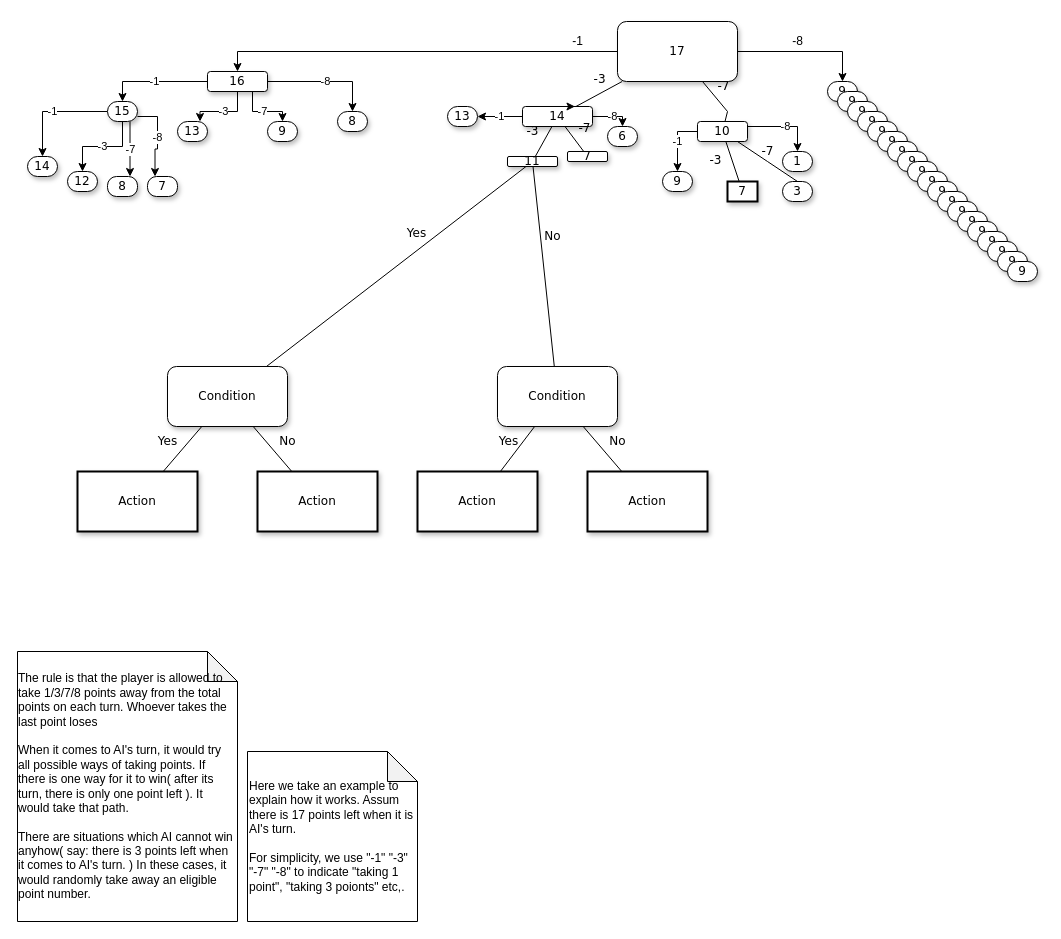
Earlier version of the draw.io diagram Untitled Diagram.drawio (SabrinaWong0105/AI_minMax). Source tidied: cells renumbered, new cells numbered last; positions are measured from the earlier drawing's top-left corner, leaving out a move shared by most shapes. Both pictures are drawn from the tidied source at 100%, with x=0, y=0 at pixel (17, 21).
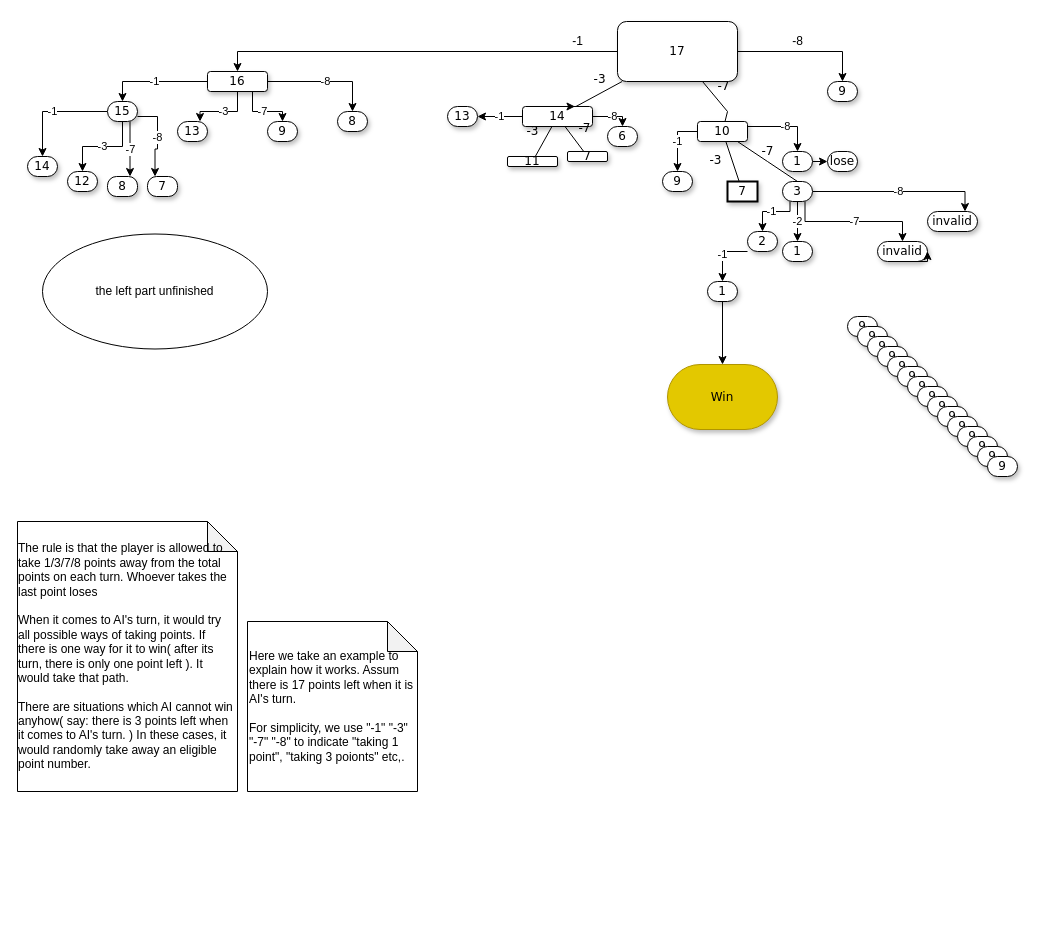
The same diagram, later.

Commit message:
illustration finish

Unchanged cells that the change refers to:
```xml
<mxCell id="13" value="&lt;span&gt;11&lt;/span&gt;" style="whiteSpace=wrap;html=1;rounded=1;shadow=1;labelBackgroundColor=none;strokeWidth=1;fontFamily=Verdana;fontSize=12;align=center;" parent="1" vertex="1">
  <mxGeometry x="490" y="135" width="50" height="10" as="geometry" />
</mxCell>
<mxCell id="44" value="&lt;span&gt;1&lt;/span&gt;" style="whiteSpace=wrap;html=1;rounded=1;shadow=1;labelBackgroundColor=none;strokeWidth=1;fontFamily=Verdana;fontSize=12;align=center;arcSize=50;" parent="1" vertex="1">
  <mxGeometry x="765" y="130" width="30" height="20" as="geometry" />
</mxCell>
<mxCell id="46" value="&lt;span&gt;3&lt;/span&gt;" style="whiteSpace=wrap;html=1;rounded=1;shadow=1;labelBackgroundColor=none;strokeWidth=1;fontFamily=Verdana;fontSize=12;align=center;arcSize=50;" parent="1" vertex="1">
  <mxGeometry x="765" y="160" width="30" height="20" as="geometry" />
</mxCell>
```

Diff of the diagram source:
```diff
@@
-    <mxCell id="16" value="&lt;span&gt;Condition&lt;/span&gt;" style="whiteSpace=wrap;html=1;rounded=1;shadow=1;labelBackgroundColor=none;strokeWidth=1;fontFamily=Verdana;fontSize=12;align=center;" parent="1" vertex="1">
-      <mxGeometry x="150" y="345" width="120" height="60" as="geometry" />
-    </mxCell>
-    <mxCell id="17" value="&lt;span&gt;Condition&lt;/span&gt;" style="whiteSpace=wrap;html=1;rounded=1;shadow=1;labelBackgroundColor=none;strokeWidth=1;fontFamily=Verdana;fontSize=12;align=center;" parent="1" vertex="1">
-      <mxGeometry x="480" y="345" width="120" height="60" as="geometry" />
-    </mxCell>
@@
-    <mxCell id="22" value="Yes" style="rounded=0;html=1;labelBackgroundColor=none;startArrow=none;startFill=0;startSize=5;endArrow=none;endFill=0;endSize=5;jettySize=auto;strokeWidth=1;fontFamily=Verdana;fontSize=12;" parent="1" edge="1" source="13" target="16">
-      <mxGeometry x="-0.22" y="-14" relative="1" as="geometry" />
-    </mxCell>
-    <mxCell id="23" value="No" style="rounded=0;html=1;labelBackgroundColor=none;startArrow=none;startFill=0;startSize=5;endArrow=none;endFill=0;endSize=5;jettySize=auto;strokeWidth=1;fontFamily=Verdana;fontSize=12;" parent="1" edge="1" source="13" target="17">
-      <mxGeometry x="-0.28" y="12" relative="1" as="geometry" />
-    </mxCell>
-    <mxCell id="24" value="Action" style="whiteSpace=wrap;html=1;rounded=0;shadow=1;labelBackgroundColor=none;strokeWidth=2;fontFamily=Verdana;fontSize=12;align=center;" parent="1" vertex="1">
-      <mxGeometry x="60" y="450" width="120" height="60" as="geometry" />
-    </mxCell>
-    <mxCell id="25" value="&lt;span&gt;Action&lt;/span&gt;" style="whiteSpace=wrap;html=1;rounded=0;shadow=1;labelBackgroundColor=none;strokeWidth=2;fontFamily=Verdana;fontSize=12;align=center;" parent="1" vertex="1">
-      <mxGeometry x="240" y="450" width="120" height="60" as="geometry" />
-    </mxCell>
-    <mxCell id="26" value="&lt;span&gt;Action&lt;/span&gt;" style="whiteSpace=wrap;html=1;rounded=0;shadow=1;labelBackgroundColor=none;strokeWidth=2;fontFamily=Verdana;fontSize=12;align=center;" parent="1" vertex="1">
-      <mxGeometry x="400" y="450" width="120" height="60" as="geometry" />
-    </mxCell>
-    <mxCell id="27" value="&lt;span&gt;Action&lt;/span&gt;" style="whiteSpace=wrap;html=1;rounded=0;shadow=1;labelBackgroundColor=none;strokeWidth=2;fontFamily=Verdana;fontSize=12;align=center;" parent="1" vertex="1">
-      <mxGeometry x="570" y="450" width="120" height="60" as="geometry" />
-    </mxCell>
-    <mxCell id="28" value="Yes" style="rounded=0;html=1;labelBackgroundColor=none;startArrow=none;startFill=0;startSize=5;endArrow=none;endFill=0;endSize=5;jettySize=auto;strokeWidth=1;fontFamily=Verdana;fontSize=12;" parent="1" edge="1" source="16" target="24">
-      <mxGeometry x="0.14" y="-16" relative="1" as="geometry" />
-    </mxCell>
-    <mxCell id="29" value="No" style="rounded=0;html=1;labelBackgroundColor=none;startArrow=none;startFill=0;startSize=5;endArrow=none;endFill=0;endSize=5;jettySize=auto;strokeWidth=1;fontFamily=Verdana;fontSize=12;" parent="1" edge="1" source="16" target="25">
-      <mxGeometry x="0.14" y="16" relative="1" as="geometry" />
-    </mxCell>
-    <mxCell id="30" value="Yes" style="rounded=0;html=1;labelBackgroundColor=none;startArrow=none;startFill=0;startSize=5;endArrow=none;endFill=0;endSize=5;jettySize=auto;strokeWidth=1;fontFamily=Verdana;fontSize=12;" parent="1" edge="1" source="17" target="26">
-      <mxGeometry y="-12" relative="1" as="geometry" />
-    </mxCell>
-    <mxCell id="31" value="No" style="rounded=0;html=1;labelBackgroundColor=none;startArrow=none;startFill=0;startSize=5;endArrow=none;endFill=0;endSize=5;jettySize=auto;strokeWidth=1;fontFamily=Verdana;fontSize=12;" parent="1" edge="1" source="17" target="27">
-      <mxGeometry x="0.14" y="16" relative="1" as="geometry" />
-    </mxCell>
     <mxCell id="32" value="&lt;div style=&quot;text-align: left;&quot;&gt;&lt;span style=&quot;background-color: initial;&quot;&gt;The rule is that the player is allowed to take 1/3/7/8 points away from the total points on each turn. Whoever takes the last point loses&lt;br&gt;&lt;br&gt;When it comes to AI's turn, it would try all possible ways of taking points. If there is one way for it to win( after its turn, there is only one point left ). It would take that path.&lt;br&gt;&lt;br&gt;There are situations which AI cannot win anyhow( say: there is 3 points left when it comes to AI's turn. ) In these cases, it would randomly take away an eligible point number.&amp;nbsp;&lt;/span&gt;&lt;/div&gt;" style="shape=note;whiteSpace=wrap;html=1;backgroundOutline=1;darkOpacity=0.05;" parent="1" vertex="1">
-      <mxGeometry y="630" width="220" height="270" as="geometry" />
+      <mxGeometry y="500" width="220" height="270" as="geometry" />
     </mxCell>
     <mxCell id="33" value="Here we take an example to explain how it works. Assum there is 17 points left when it is AI's turn.&lt;br&gt;&lt;br&gt;For simplicity, we use &quot;-1&quot; &quot;-3&quot; &quot;-7&quot; &quot;-8&quot; to indicate &quot;taking 1 point&quot;, &quot;taking 3 poionts&quot; etc,." style="shape=note;whiteSpace=wrap;html=1;backgroundOutline=1;darkOpacity=0.05;align=left;" parent="1" vertex="1">
-      <mxGeometry x="230" y="730" width="170" height="170" as="geometry" />
+      <mxGeometry x="230" y="600" width="170" height="170" as="geometry" />
     </mxCell>
@@
+    <mxCell id="78" style="edgeStyle=orthogonalEdgeStyle;rounded=0;jettySize=auto;html=1;exitX=1;exitY=0.5;exitDx=0;exitDy=0;entryX=0;entryY=0.5;entryDx=0;entryDy=0;" parent="1" edge="1" source="44" target="65">
+      <mxGeometry relative="1" as="geometry" />
+    </mxCell>
@@
+    <mxCell id="79" value="-1" style="edgeStyle=orthogonalEdgeStyle;rounded=0;jettySize=auto;html=1;exitX=0.25;exitY=1;exitDx=0;exitDy=0;" parent="1" edge="1" source="46" target="87">
+      <mxGeometry relative="1" as="geometry">
+        <Array as="points">
+          <mxPoint x="772" y="190" />
+        </Array>
+      </mxGeometry>
+    </mxCell>
+    <mxCell id="80" value="-2" style="edgeStyle=orthogonalEdgeStyle;rounded=0;jettySize=auto;html=1;exitX=0.5;exitY=1;exitDx=0;exitDy=0;" parent="1" edge="1" source="46" target="47">
+      <mxGeometry relative="1" as="geometry" />
+    </mxCell>
+    <mxCell id="81" value="-7" style="edgeStyle=orthogonalEdgeStyle;rounded=0;jettySize=auto;html=1;exitX=0.75;exitY=1;exitDx=0;exitDy=0;entryX=0.5;entryY=0;entryDx=0;entryDy=0;" parent="1" edge="1" source="46" target="83">
+      <mxGeometry relative="1" as="geometry" />
+    </mxCell>
+    <mxCell id="82" value="-8" style="edgeStyle=orthogonalEdgeStyle;rounded=0;jettySize=auto;html=1;exitX=1;exitY=0.5;exitDx=0;exitDy=0;entryX=0.75;entryY=0;entryDx=0;entryDy=0;" parent="1" edge="1" source="46" target="88">
+      <mxGeometry relative="1" as="geometry" />
+    </mxCell>
@@
-    <mxCell id="47" value="&lt;span&gt;9&lt;/span&gt;" style="whiteSpace=wrap;html=1;rounded=1;shadow=1;labelBackgroundColor=none;strokeWidth=1;fontFamily=Verdana;fontSize=12;align=center;arcSize=50;" parent="1" vertex="1">
-      <mxGeometry x="820" y="70" width="30" height="20" as="geometry" />
+    <mxCell id="47" value="&lt;span&gt;1&lt;/span&gt;" style="whiteSpace=wrap;html=1;rounded=1;shadow=1;labelBackgroundColor=none;strokeWidth=1;fontFamily=Verdana;fontSize=12;align=center;arcSize=50;" parent="1" vertex="1">
+      <mxGeometry x="765" y="220" width="30" height="20" as="geometry" />
     </mxCell>
     <mxCell id="48" value="&lt;span&gt;9&lt;/span&gt;" style="whiteSpace=wrap;html=1;rounded=1;shadow=1;labelBackgroundColor=none;strokeWidth=1;fontFamily=Verdana;fontSize=12;align=center;arcSize=50;" parent="1" vertex="1">
-      <mxGeometry x="830" y="80" width="30" height="20" as="geometry" />
+      <mxGeometry x="830" y="295" width="30" height="20" as="geometry" />
     </mxCell>
     <mxCell id="49" value="&lt;span&gt;9&lt;/span&gt;" style="whiteSpace=wrap;html=1;rounded=1;shadow=1;labelBackgroundColor=none;strokeWidth=1;fontFamily=Verdana;fontSize=12;align=center;arcSize=50;" parent="1" vertex="1">
-      <mxGeometry x="840" y="90" width="30" height="20" as="geometry" />
+      <mxGeometry x="840" y="305" width="30" height="20" as="geometry" />
     </mxCell>
     <mxCell id="50" value="&lt;span&gt;9&lt;/span&gt;" style="whiteSpace=wrap;html=1;rounded=1;shadow=1;labelBackgroundColor=none;strokeWidth=1;fontFamily=Verdana;fontSize=12;align=center;arcSize=50;" parent="1" vertex="1">
-      <mxGeometry x="850" y="100" width="30" height="20" as="geometry" />
+      <mxGeometry x="850" y="315" width="30" height="20" as="geometry" />
     </mxCell>
     <mxCell id="51" value="&lt;span&gt;9&lt;/span&gt;" style="whiteSpace=wrap;html=1;rounded=1;shadow=1;labelBackgroundColor=none;strokeWidth=1;fontFamily=Verdana;fontSize=12;align=center;arcSize=50;" parent="1" vertex="1">
-      <mxGeometry x="860" y="110" width="30" height="20" as="geometry" />
+      <mxGeometry x="860" y="325" width="30" height="20" as="geometry" />
     </mxCell>
     <mxCell id="52" value="&lt;span&gt;9&lt;/span&gt;" style="whiteSpace=wrap;html=1;rounded=1;shadow=1;labelBackgroundColor=none;strokeWidth=1;fontFamily=Verdana;fontSize=12;align=center;arcSize=50;" parent="1" vertex="1">
-      <mxGeometry x="870" y="120" width="30" height="20" as="geometry" />
+      <mxGeometry x="870" y="335" width="30" height="20" as="geometry" />
     </mxCell>
     <mxCell id="53" value="&lt;span&gt;9&lt;/span&gt;" style="whiteSpace=wrap;html=1;rounded=1;shadow=1;labelBackgroundColor=none;strokeWidth=1;fontFamily=Verdana;fontSize=12;align=center;arcSize=50;" parent="1" vertex="1">
-      <mxGeometry x="880" y="130" width="30" height="20" as="geometry" />
+      <mxGeometry x="880" y="345" width="30" height="20" as="geometry" />
     </mxCell>
     <mxCell id="54" value="&lt;span&gt;9&lt;/span&gt;" style="whiteSpace=wrap;html=1;rounded=1;shadow=1;labelBackgroundColor=none;strokeWidth=1;fontFamily=Verdana;fontSize=12;align=center;arcSize=50;" parent="1" vertex="1">
-      <mxGeometry x="890" y="140" width="30" height="20" as="geometry" />
+      <mxGeometry x="890" y="355" width="30" height="20" as="geometry" />
     </mxCell>
     <mxCell id="55" value="&lt;span&gt;9&lt;/span&gt;" style="whiteSpace=wrap;html=1;rounded=1;shadow=1;labelBackgroundColor=none;strokeWidth=1;fontFamily=Verdana;fontSize=12;align=center;arcSize=50;" parent="1" vertex="1">
-      <mxGeometry x="900" y="150" width="30" height="20" as="geometry" />
+      <mxGeometry x="900" y="365" width="30" height="20" as="geometry" />
     </mxCell>
     <mxCell id="56" value="&lt;span&gt;9&lt;/span&gt;" style="whiteSpace=wrap;html=1;rounded=1;shadow=1;labelBackgroundColor=none;strokeWidth=1;fontFamily=Verdana;fontSize=12;align=center;arcSize=50;" parent="1" vertex="1">
-      <mxGeometry x="910" y="160" width="30" height="20" as="geometry" />
+      <mxGeometry x="910" y="375" width="30" height="20" as="geometry" />
     </mxCell>
     <mxCell id="57" value="&lt;span&gt;9&lt;/span&gt;" style="whiteSpace=wrap;html=1;rounded=1;shadow=1;labelBackgroundColor=none;strokeWidth=1;fontFamily=Verdana;fontSize=12;align=center;arcSize=50;" parent="1" vertex="1">
-      <mxGeometry x="920" y="170" width="30" height="20" as="geometry" />
+      <mxGeometry x="920" y="385" width="30" height="20" as="geometry" />
     </mxCell>
     <mxCell id="58" value="&lt;span&gt;9&lt;/span&gt;" style="whiteSpace=wrap;html=1;rounded=1;shadow=1;labelBackgroundColor=none;strokeWidth=1;fontFamily=Verdana;fontSize=12;align=center;arcSize=50;" parent="1" vertex="1">
-      <mxGeometry x="930" y="180" width="30" height="20" as="geometry" />
+      <mxGeometry x="930" y="395" width="30" height="20" as="geometry" />
     </mxCell>
@@
     <mxCell id="60" value="&lt;span&gt;9&lt;/span&gt;" style="whiteSpace=wrap;html=1;rounded=1;shadow=1;labelBackgroundColor=none;strokeWidth=1;fontFamily=Verdana;fontSize=12;align=center;arcSize=50;" parent="1" vertex="1">
-      <mxGeometry x="940" y="190" width="30" height="20" as="geometry" />
+      <mxGeometry x="940" y="405" width="30" height="20" as="geometry" />
     </mxCell>
     <mxCell id="61" value="&lt;span&gt;9&lt;/span&gt;" style="whiteSpace=wrap;html=1;rounded=1;shadow=1;labelBackgroundColor=none;strokeWidth=1;fontFamily=Verdana;fontSize=12;align=center;arcSize=50;" parent="1" vertex="1">
-      <mxGeometry x="950" y="200" width="30" height="20" as="geometry" />
+      <mxGeometry x="950" y="415" width="30" height="20" as="geometry" />
     </mxCell>
     <mxCell id="62" value="&lt;span&gt;9&lt;/span&gt;" style="whiteSpace=wrap;html=1;rounded=1;shadow=1;labelBackgroundColor=none;strokeWidth=1;fontFamily=Verdana;fontSize=12;align=center;arcSize=50;" parent="1" vertex="1">
-      <mxGeometry x="960" y="210" width="30" height="20" as="geometry" />
+      <mxGeometry x="960" y="425" width="30" height="20" as="geometry" />
     </mxCell>
     <mxCell id="63" value="&lt;span&gt;9&lt;/span&gt;" style="whiteSpace=wrap;html=1;rounded=1;shadow=1;labelBackgroundColor=none;strokeWidth=1;fontFamily=Verdana;fontSize=12;align=center;arcSize=50;" parent="1" vertex="1">
-      <mxGeometry x="970" y="220" width="30" height="20" as="geometry" />
+      <mxGeometry x="970" y="435" width="30" height="20" as="geometry" />
     </mxCell>
-    <mxCell id="64" value="&lt;span&gt;9&lt;/span&gt;" style="whiteSpace=wrap;html=1;rounded=1;shadow=1;labelBackgroundColor=none;strokeWidth=1;fontFamily=Verdana;fontSize=12;align=center;arcSize=50;" parent="1" vertex="1">
-      <mxGeometry x="980" y="230" width="30" height="20" as="geometry" />
+    <mxCell id="64" value="&lt;span&gt;Win&lt;/span&gt;" style="whiteSpace=wrap;html=1;rounded=1;shadow=1;labelBackgroundColor=none;strokeWidth=1;fontFamily=Verdana;fontSize=12;align=center;arcSize=50;fillColor=#e3c800;fontColor=#000000;strokeColor=#B09500;" parent="1" vertex="1">
+      <mxGeometry x="650" y="343" width="110" height="65" as="geometry" />
     </mxCell>
-    <mxCell id="65" value="&lt;span&gt;9&lt;/span&gt;" style="whiteSpace=wrap;html=1;rounded=1;shadow=1;labelBackgroundColor=none;strokeWidth=1;fontFamily=Verdana;fontSize=12;align=center;arcSize=50;" parent="1" vertex="1">
-      <mxGeometry x="990" y="240" width="30" height="20" as="geometry" />
+    <mxCell id="65" value="&lt;span&gt;lose&lt;br&gt;&lt;/span&gt;" style="whiteSpace=wrap;html=1;rounded=1;shadow=1;labelBackgroundColor=none;strokeWidth=1;fontFamily=Verdana;fontSize=12;align=center;arcSize=50;" parent="1" vertex="1">
+      <mxGeometry x="810" y="130" width="30" height="20" as="geometry" />
     </mxCell>
@@
+    <mxCell id="83" value="&lt;span&gt;invalid&lt;/span&gt;" style="whiteSpace=wrap;html=1;rounded=1;shadow=1;labelBackgroundColor=none;strokeWidth=1;fontFamily=Verdana;fontSize=12;align=center;arcSize=50;" parent="1" vertex="1">
+      <mxGeometry x="860" y="220" width="50" height="20" as="geometry" />
+    </mxCell>
+    <mxCell id="84" style="edgeStyle=orthogonalEdgeStyle;rounded=0;jettySize=auto;html=1;exitX=0.5;exitY=1;exitDx=0;exitDy=0;entryX=0.5;entryY=0;entryDx=0;entryDy=0;" parent="1" edge="1" source="85" target="64">
+      <mxGeometry relative="1" as="geometry" />
+    </mxCell>
+    <mxCell id="85" value="&lt;span&gt;1&lt;/span&gt;" style="whiteSpace=wrap;html=1;rounded=1;shadow=1;labelBackgroundColor=none;strokeWidth=1;fontFamily=Verdana;fontSize=12;align=center;arcSize=50;" parent="1" vertex="1">
+      <mxGeometry x="690" y="260" width="30" height="20" as="geometry" />
+    </mxCell>
+    <mxCell id="86" value="-1" style="edgeStyle=orthogonalEdgeStyle;rounded=0;jettySize=auto;html=1;exitX=0;exitY=1;exitDx=0;exitDy=0;entryX=0.5;entryY=0;entryDx=0;entryDy=0;" parent="1" edge="1" source="87" target="85">
+      <mxGeometry relative="1" as="geometry" />
+    </mxCell>
+    <mxCell id="87" value="&lt;span&gt;2&lt;/span&gt;" style="whiteSpace=wrap;html=1;rounded=1;shadow=1;labelBackgroundColor=none;strokeWidth=1;fontFamily=Verdana;fontSize=12;align=center;arcSize=50;" parent="1" vertex="1">
+      <mxGeometry x="730" y="210" width="30" height="20" as="geometry" />
+    </mxCell>
+    <mxCell id="88" value="&lt;span&gt;invalid&lt;/span&gt;" style="whiteSpace=wrap;html=1;rounded=1;shadow=1;labelBackgroundColor=none;strokeWidth=1;fontFamily=Verdana;fontSize=12;align=center;arcSize=50;" parent="1" vertex="1">
+      <mxGeometry x="910" y="190" width="50" height="20" as="geometry" />
+    </mxCell>
+    <mxCell id="89" style="edgeStyle=orthogonalEdgeStyle;rounded=0;orthogonalLoop=1;jettySize=auto;html=1;exitX=0.25;exitY=1;exitDx=0;exitDy=0;entryX=1;entryY=0.5;entryDx=0;entryDy=0;" parent="1" edge="1" source="83" target="83">
+      <mxGeometry relative="1" as="geometry" />
+    </mxCell>
+    <mxCell id="90" value="the left part unfinished" style="ellipse;whiteSpace=wrap;html=1;" parent="1" vertex="1">
+      <mxGeometry x="25" y="212.5" width="225" height="115" as="geometry" />
+    </mxCell>
```
